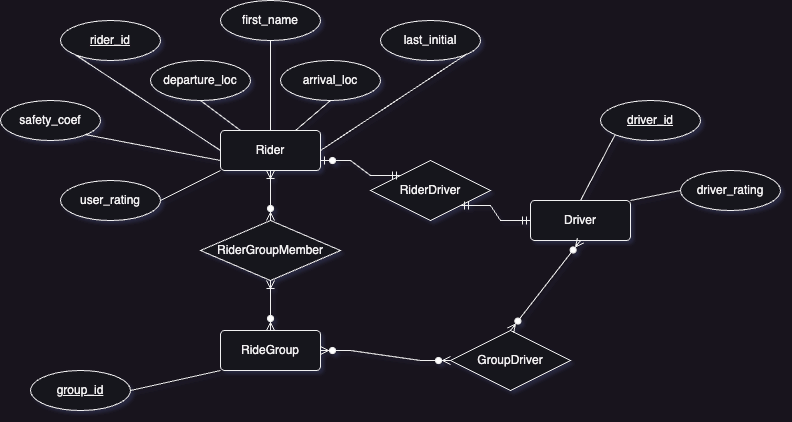
Jtho28/RollTogether keeps this draw.io diagram as ER.png. Above is the earlier version. Source tidied: cells renumbered, new cells last; positions are measured from the earlier drawing's top-left corner, leaving out a move shared by most shapes.
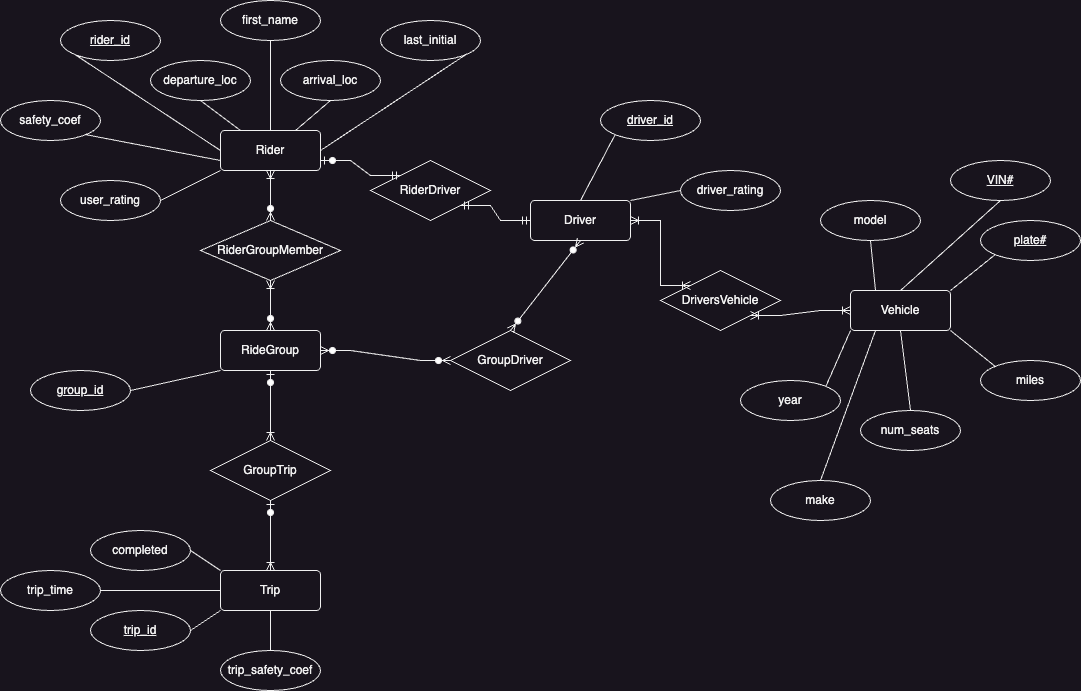
The same diagram one commit later.

Change to the diagram source:
```diff
@@ -100,5 +100,95 @@
     <mxCell id="33" style="edgeStyle=entityRelationEdgeStyle;fontSize=12;html=1;endArrow=ERmandOne;startArrow=ERmandOne;rounded=0;entryX=0;entryY=0.5;entryDx=0;entryDy=0;exitX=1;exitY=1;exitDx=0;exitDy=0;" parent="1" edge="1" source="29" target="13">
       <mxGeometry relative="1" as="geometry" />
     </mxCell>
+    <mxCell id="34" value="DriversVehicle" style="shape=rhombus;perimeter=rhombusPerimeter;whiteSpace=wrap;html=1;align=center;" parent="1" vertex="1">
+      <mxGeometry x="660" y="270" width="120" height="60" as="geometry" />
+    </mxCell>
+    <mxCell id="35" value="Vehicle" style="rounded=1;arcSize=10;whiteSpace=wrap;html=1;align=center;" parent="1" vertex="1">
+      <mxGeometry x="850" y="290" width="100" height="40" as="geometry" />
+    </mxCell>
+    <mxCell id="36" value="VIN#" style="ellipse;whiteSpace=wrap;html=1;align=center;fontStyle=4;" parent="1" vertex="1">
+      <mxGeometry x="950" y="160" width="100" height="40" as="geometry" />
+    </mxCell>
+    <mxCell id="37" value="plate#" style="ellipse;whiteSpace=wrap;html=1;align=center;fontStyle=4;" parent="1" vertex="1">
+      <mxGeometry x="980" y="220" width="100" height="40" as="geometry" />
+    </mxCell>
+    <mxCell id="38" value="miles" style="ellipse;whiteSpace=wrap;html=1;align=center;" parent="1" vertex="1">
+      <mxGeometry x="980" y="360" width="100" height="40" as="geometry" />
+    </mxCell>
+    <mxCell id="39" value="num_seats" style="ellipse;whiteSpace=wrap;html=1;align=center;" parent="1" vertex="1">
+      <mxGeometry x="860" y="410" width="100" height="40" as="geometry" />
+    </mxCell>
+    <mxCell id="40" style="endArrow=none;html=1;rounded=0;entryX=0.5;entryY=0;entryDx=0;entryDy=0;exitX=0.5;exitY=1;exitDx=0;exitDy=0;" parent="1" edge="1" source="36" target="35">
+      <mxGeometry relative="1" as="geometry" />
+    </mxCell>
+    <mxCell id="41" style="endArrow=none;html=1;rounded=0;entryX=0;entryY=1;entryDx=0;entryDy=0;exitX=1;exitY=0;exitDx=0;exitDy=0;" parent="1" edge="1" source="35" target="37">
+      <mxGeometry relative="1" as="geometry" />
+    </mxCell>
+    <mxCell id="42" style="endArrow=none;html=1;rounded=0;entryX=0.5;entryY=0;entryDx=0;entryDy=0;exitX=0.5;exitY=1;exitDx=0;exitDy=0;" parent="1" edge="1" source="35" target="39">
+      <mxGeometry relative="1" as="geometry" />
+    </mxCell>
+    <mxCell id="43" style="endArrow=none;html=1;rounded=0;entryX=0;entryY=0;entryDx=0;entryDy=0;exitX=1;exitY=1;exitDx=0;exitDy=0;" parent="1" edge="1" source="35" target="38">
+      <mxGeometry relative="1" as="geometry" />
+    </mxCell>
+    <mxCell id="44" style="edgeStyle=entityRelationEdgeStyle;fontSize=12;html=1;endArrow=ERoneToMany;startArrow=ERoneToMany;rounded=0;entryX=0;entryY=0;entryDx=0;entryDy=0;exitX=1;exitY=0.5;exitDx=0;exitDy=0;" parent="1" edge="1" source="13" target="34">
+      <mxGeometry relative="1" as="geometry" />
+    </mxCell>
+    <mxCell id="45" style="edgeStyle=entityRelationEdgeStyle;fontSize=12;html=1;endArrow=ERoneToMany;startArrow=ERoneToMany;rounded=0;entryX=0;entryY=0.5;entryDx=0;entryDy=0;exitX=1;exitY=1;exitDx=0;exitDy=0;" parent="1" edge="1" source="34" target="35">
+      <mxGeometry relative="1" as="geometry" />
+    </mxCell>
+    <mxCell id="46" value="year" style="ellipse;whiteSpace=wrap;html=1;align=center;" parent="1" vertex="1">
+      <mxGeometry x="740" y="380" width="100" height="40" as="geometry" />
+    </mxCell>
+    <mxCell id="47" style="endArrow=none;html=1;rounded=0;entryX=0;entryY=1;entryDx=0;entryDy=0;exitX=1;exitY=0;exitDx=0;exitDy=0;" parent="1" edge="1" source="46" target="35">
+      <mxGeometry relative="1" as="geometry" />
+    </mxCell>
+    <mxCell id="48" value="model" style="ellipse;whiteSpace=wrap;html=1;align=center;" parent="1" vertex="1">
+      <mxGeometry x="820" y="200" width="100" height="40" as="geometry" />
+    </mxCell>
+    <mxCell id="49" style="endArrow=none;html=1;rounded=0;entryX=0.5;entryY=1;entryDx=0;entryDy=0;exitX=0.25;exitY=0;exitDx=0;exitDy=0;" parent="1" edge="1" source="35" target="48">
+      <mxGeometry relative="1" as="geometry" />
+    </mxCell>
+    <mxCell id="50" value="make" style="ellipse;whiteSpace=wrap;html=1;align=center;" parent="1" vertex="1">
+      <mxGeometry x="770" y="480" width="100" height="40" as="geometry" />
+    </mxCell>
+    <mxCell id="51" style="endArrow=none;html=1;rounded=0;entryX=0.5;entryY=0;entryDx=0;entryDy=0;exitX=0.25;exitY=1;exitDx=0;exitDy=0;" parent="1" edge="1" source="35" target="50">
+      <mxGeometry relative="1" as="geometry" />
+    </mxCell>
+    <mxCell id="52" value="Trip" style="rounded=1;arcSize=10;whiteSpace=wrap;html=1;align=center;" parent="1" vertex="1">
+      <mxGeometry x="220" y="570" width="100" height="40" as="geometry" />
+    </mxCell>
+    <mxCell id="53" value="GroupTrip" style="shape=rhombus;perimeter=rhombusPerimeter;whiteSpace=wrap;html=1;align=center;" parent="1" vertex="1">
+      <mxGeometry x="210" y="440" width="120" height="60" as="geometry" />
+    </mxCell>
+    <mxCell id="54" value="trip_id" style="ellipse;whiteSpace=wrap;html=1;align=center;fontStyle=4;" parent="1" vertex="1">
+      <mxGeometry x="90" y="610" width="100" height="40" as="geometry" />
+    </mxCell>
+    <mxCell id="55" value="completed" style="ellipse;whiteSpace=wrap;html=1;align=center;" parent="1" vertex="1">
+      <mxGeometry x="90" y="530" width="100" height="40" as="geometry" />
+    </mxCell>
+    <mxCell id="56" style="endArrow=none;html=1;rounded=0;exitX=1;exitY=0.5;exitDx=0;exitDy=0;entryX=0;entryY=1;entryDx=0;entryDy=0;" parent="1" edge="1" source="54" target="52">
+      <mxGeometry relative="1" as="geometry" />
+    </mxCell>
+    <mxCell id="57" style="endArrow=none;html=1;rounded=0;exitX=1;exitY=0.5;exitDx=0;exitDy=0;entryX=0;entryY=0;entryDx=0;entryDy=0;" parent="1" edge="1" source="55" target="52">
+      <mxGeometry relative="1" as="geometry" />
+    </mxCell>
+    <mxCell id="58" value="trip_time" style="ellipse;whiteSpace=wrap;html=1;align=center;" parent="1" vertex="1">
+      <mxGeometry y="570" width="100" height="40" as="geometry" />
+    </mxCell>
+    <mxCell id="59" style="endArrow=none;html=1;rounded=0;exitX=1;exitY=0.5;exitDx=0;exitDy=0;entryX=0;entryY=0.5;entryDx=0;entryDy=0;" parent="1" edge="1" source="58" target="52">
+      <mxGeometry relative="1" as="geometry" />
+    </mxCell>
+    <mxCell id="60" style="fontSize=12;html=1;endArrow=ERoneToMany;startArrow=ERzeroToOne;rounded=0;entryX=0.5;entryY=0;entryDx=0;entryDy=0;exitX=0.5;exitY=1;exitDx=0;exitDy=0;" parent="1" edge="1" source="18" target="53">
+      <mxGeometry relative="1" as="geometry" />
+    </mxCell>
+    <mxCell id="61" style="fontSize=12;html=1;endArrow=ERoneToMany;startArrow=ERzeroToOne;rounded=0;entryX=0.5;entryY=0;entryDx=0;entryDy=0;exitX=0.5;exitY=1;exitDx=0;exitDy=0;" parent="1" edge="1" source="53" target="52">
+      <mxGeometry relative="1" as="geometry" />
+    </mxCell>
+    <mxCell id="62" value="trip_safety_coef" style="ellipse;whiteSpace=wrap;html=1;align=center;" parent="1" vertex="1">
+      <mxGeometry x="220" y="650" width="100" height="40" as="geometry" />
+    </mxCell>
+    <mxCell id="63" style="endArrow=none;html=1;rounded=0;exitX=0.5;exitY=0;exitDx=0;exitDy=0;entryX=0.5;entryY=1;entryDx=0;entryDy=0;" parent="1" edge="1" source="62" target="52">
+      <mxGeometry relative="1" as="geometry" />
+    </mxCell>
   </root>
 </mxGraphModel>
```
